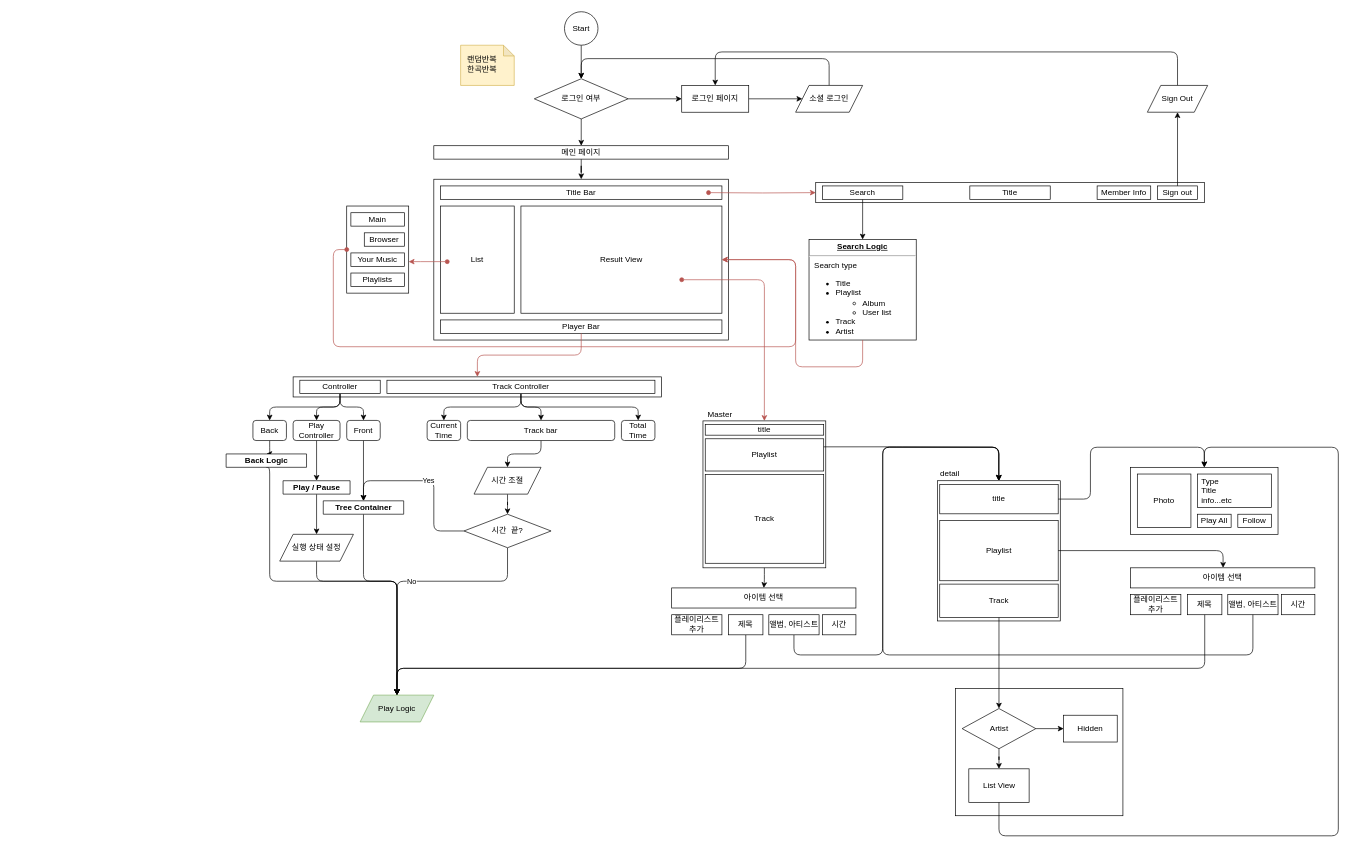
The draw.io diagram Haesun Jo/For Haesun.drawio in hwanyong/drawio, before the edit. Source tidied: cells renumbered, new cells numbered last; positions are measured from the earlier drawing's top-left corner, leaving out a move shared by most shapes. Both pictures are drawn from the tidied source at 67%, with x=0, y=0 at pixel (226, 11).
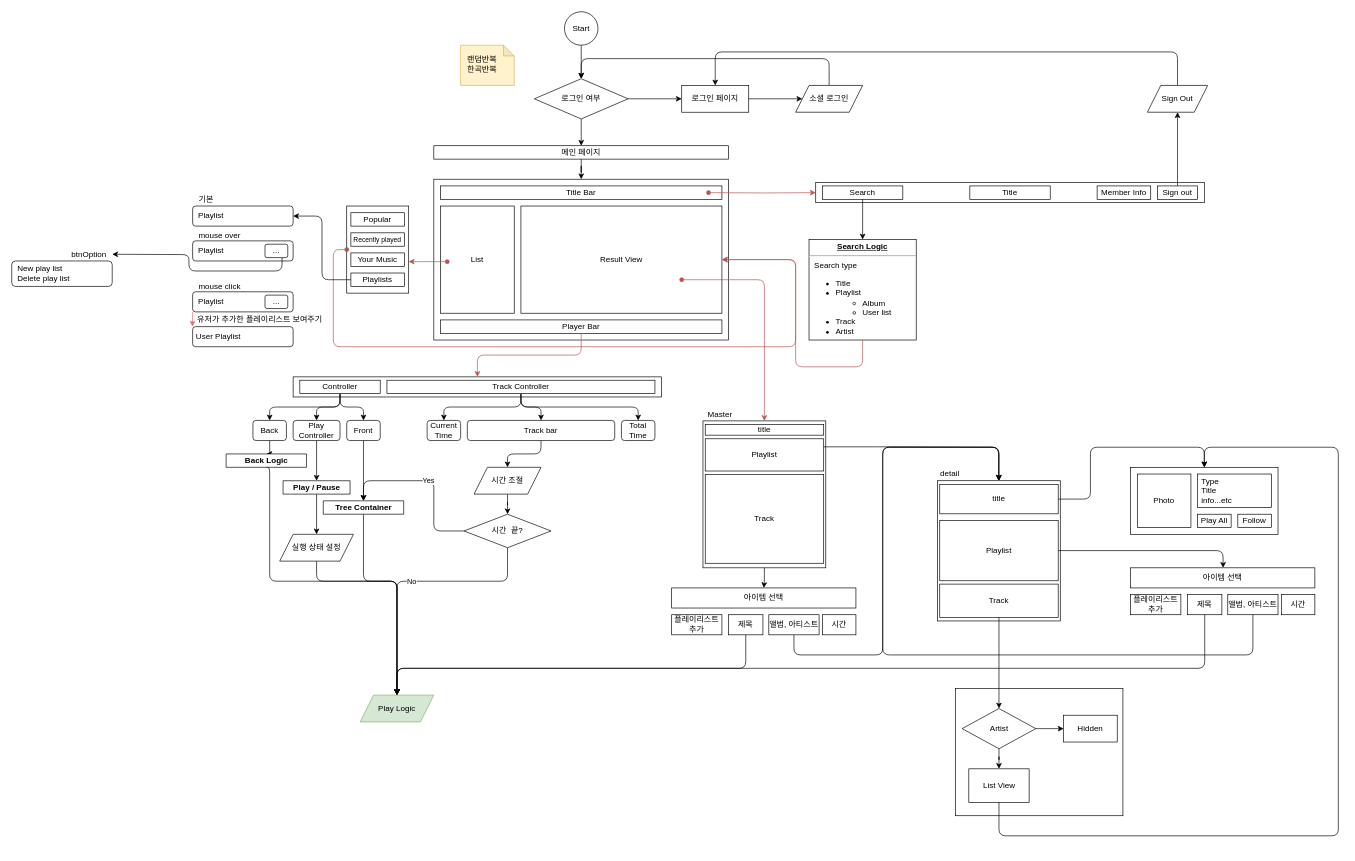
Above is the later version.

Unchanged cells that the change refers to:
```xml
<mxCell id="21" style="group;" parent="19" vertex="1">
  <mxGeometry x="180" y="290" width="92.5" height="130" as="geometry" />
</mxCell>
<mxCell id="26" value="Playlists" style="whiteSpace=wrap;html=1;rounded=0;glass=0;labelBackgroundColor=none;sketch=0;align=center;" parent="21" vertex="1">
  <mxGeometry x="6.2" y="100" width="80" height="20" as="geometry" />
</mxCell>
```

Diff of the diagram source:
```diff
@@
-    <mxCell id="23" value="Main" style="whiteSpace=wrap;html=1;rounded=0;glass=0;labelBackgroundColor=none;sketch=0;align=center;" parent="21" vertex="1">
+    <mxCell id="23" value="Popular" style="whiteSpace=wrap;html=1;rounded=0;glass=0;labelBackgroundColor=none;sketch=0;align=center;" parent="21" vertex="1">
       <mxGeometry x="6.2" y="10" width="80" height="20" as="geometry" />
     </mxCell>
-    <mxCell id="24" value="Browser" style="whiteSpace=wrap;html=1;rounded=0;glass=0;labelBackgroundColor=none;sketch=0;align=center;" parent="21" vertex="1">
-      <mxGeometry x="26.2" y="40" width="60" height="20" as="geometry" />
-    </mxCell>
@@
+    <mxCell id="128" value="&lt;font style=&quot;font-size: 10px&quot;&gt;Recently played&lt;/font&gt;" style="whiteSpace=wrap;html=1;rounded=0;glass=0;labelBackgroundColor=none;sketch=0;align=center;" parent="21" vertex="1">
+      <mxGeometry x="6.2" y="40" width="80" height="20" as="geometry" />
+    </mxCell>
@@
+    <mxCell id="129" style="edgeStyle=orthogonalEdgeStyle;jettySize=auto;html=1;exitX=0;exitY=0.5;exitDx=0;exitDy=0;entryX=1;entryY=0.5;entryDx=0;entryDy=0;rounded=1;" parent="19" edge="1" source="26" target="145">
+      <mxGeometry relative="1" as="geometry" />
+    </mxCell>
+    <mxCell id="130" value="btnOption" style="text;html=1;align=center;verticalAlign=middle;" parent="19" vertex="1">
+      <mxGeometry x="-240" y="352" width="70" height="20" as="geometry" />
+    </mxCell>
+    <mxCell id="131" value="기본" style="text;html=1;align=center;verticalAlign=middle;" parent="19" vertex="1">
+      <mxGeometry x="-50" y="270" width="40" height="20" as="geometry" />
+    </mxCell>
+    <mxCell id="132" style="group;" parent="19" vertex="1">
+      <mxGeometry x="-50" y="324" width="150" height="48" as="geometry" />
+    </mxCell>
+    <mxCell id="133" value="&amp;nbsp; Playlist" style="rounded=1;whiteSpace=wrap;html=1;align=left;" parent="132" vertex="1">
+      <mxGeometry y="18" width="150" height="30" as="geometry" />
+    </mxCell>
+    <mxCell id="134" value="..." style="rounded=1;whiteSpace=wrap;html=1;" parent="132" vertex="1">
+      <mxGeometry x="108" y="23" width="34" height="20" as="geometry" />
+    </mxCell>
+    <mxCell id="135" value="mouse over" style="text;html=1;align=center;verticalAlign=middle;" parent="132" vertex="1">
+      <mxGeometry width="80" height="20" as="geometry" />
+    </mxCell>
+    <mxCell id="136" style="edgeStyle=orthogonalEdgeStyle;rounded=1;jettySize=auto;html=1;exitX=0.75;exitY=1;exitDx=0;exitDy=0;" parent="19" edge="1" source="134">
+      <mxGeometry relative="1" as="geometry">
+        <mxPoint x="-170" y="362" as="targetPoint" />
+      </mxGeometry>
+    </mxCell>
+    <mxCell id="137" style="group;" parent="19" vertex="1">
+      <mxGeometry x="-50" y="400" width="150" height="48" as="geometry" />
+    </mxCell>
+    <mxCell id="138" value="&amp;nbsp; Playlist" style="rounded=1;whiteSpace=wrap;html=1;align=left;" parent="137" vertex="1">
+      <mxGeometry y="18" width="150" height="30" as="geometry" />
+    </mxCell>
+    <mxCell id="139" value="..." style="rounded=1;whiteSpace=wrap;html=1;" parent="137" vertex="1">
+      <mxGeometry x="108" y="23" width="34" height="20" as="geometry" />
+    </mxCell>
+    <mxCell id="140" value="mouse click" style="text;html=1;align=center;verticalAlign=middle;" parent="137" vertex="1">
+      <mxGeometry width="80" height="20" as="geometry" />
+    </mxCell>
+    <mxCell id="141" value="유저가 추가한 플레이리스트 보여주기" style="text;html=1;align=center;verticalAlign=middle;" parent="19" vertex="1">
+      <mxGeometry x="-45" y="450" width="190" height="20" as="geometry" />
+    </mxCell>
+    <mxCell id="142" value="&amp;nbsp;User Playlist" style="rounded=1;whiteSpace=wrap;html=1;align=left;" parent="19" vertex="1">
+      <mxGeometry x="-50" y="470" width="150" height="30" as="geometry" />
+    </mxCell>
+    <mxCell id="143" value="&amp;nbsp; New play list&lt;br&gt;&amp;nbsp; Delete play list" style="rounded=1;whiteSpace=wrap;html=1;align=left;" parent="19" vertex="1">
+      <mxGeometry x="-320" y="372" width="150" height="38" as="geometry" />
+    </mxCell>
+    <mxCell id="144" style="edgeStyle=orthogonalEdgeStyle;rounded=1;jettySize=auto;html=1;exitX=0;exitY=1;exitDx=0;exitDy=0;strokeColor=#EA6B66;" parent="19" edge="1" source="138">
+      <mxGeometry relative="1" as="geometry">
+        <mxPoint x="-50.3" y="470" as="targetPoint" />
+      </mxGeometry>
+    </mxCell>
@@
+    <mxCell id="145" value="&amp;nbsp; Playlist" style="rounded=1;whiteSpace=wrap;html=1;align=left;" parent="126" vertex="1">
+      <mxGeometry x="-50" y="290" width="150" height="30" as="geometry" />
+    </mxCell>
```
